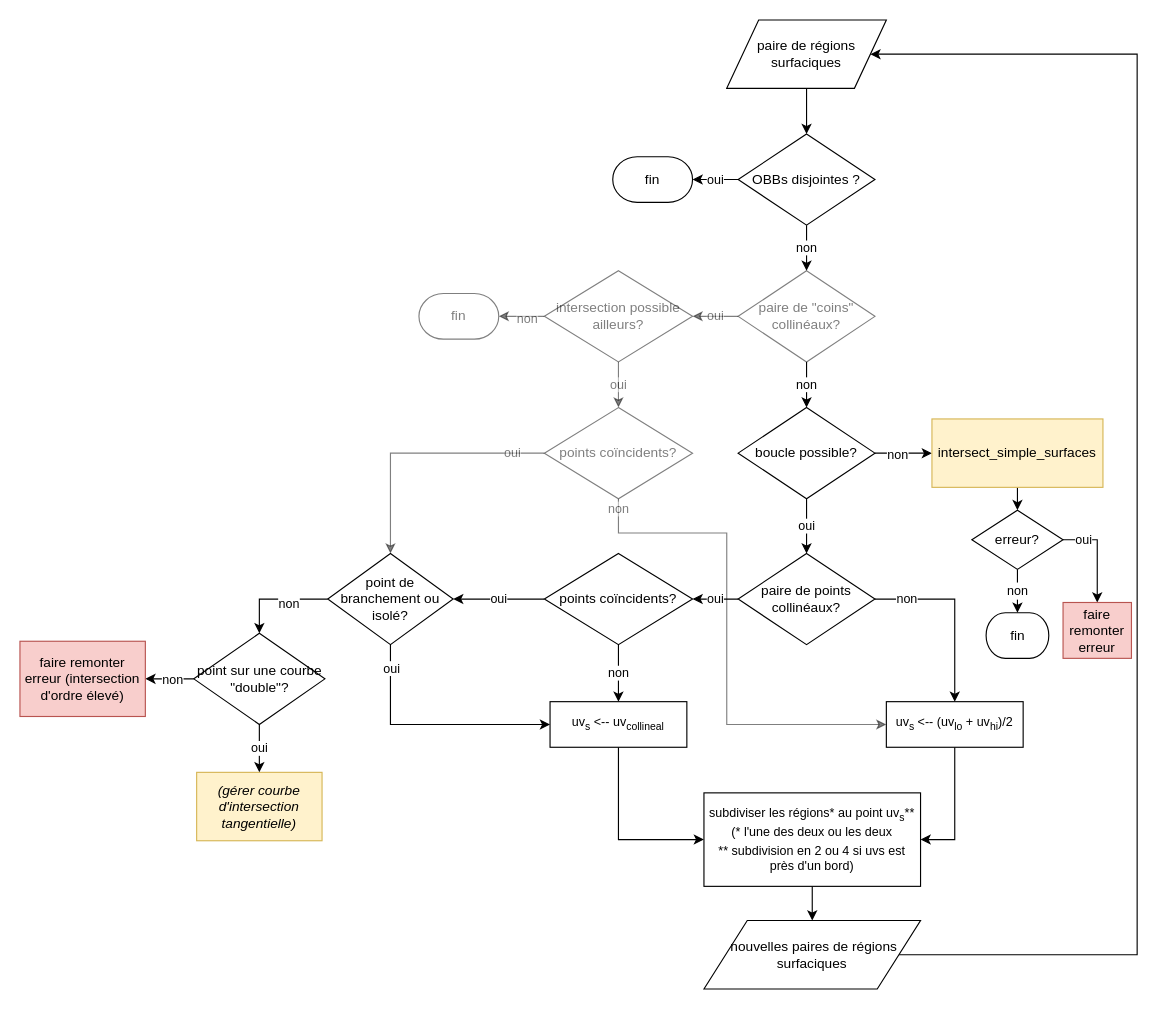
This is page "intersect_surface_pair" (5 of 8) of mindmap.drawio from BastienAndrieu/These, a draw.io file, before an edit. Source tidied: cells renumbered, new cells numbered last; positions are measured from the earlier drawing's top-left corner, leaving out a move shared by most shapes. Both pictures are drawn from the tidied source at 114%, with x=0, y=0 at pixel (19, 19).
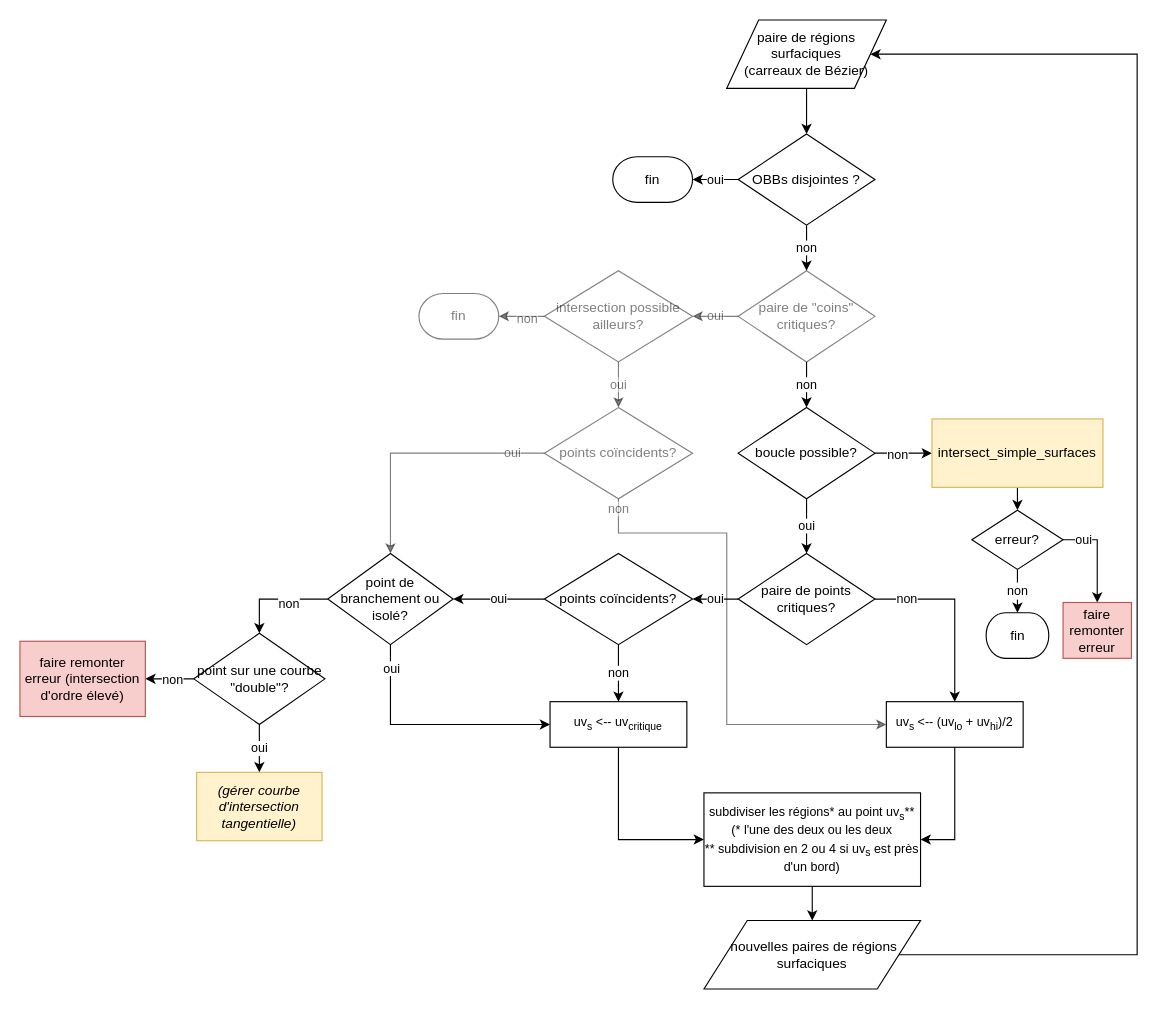
The same diagram, later.

The edit, as a diff of the source:
```diff
@@
-    <mxCell id="3" value="paire de régions surfaciques" style="shape=parallelogram;perimeter=parallelogramPerimeter;whiteSpace=wrap;html=1;align=center;" parent="1" vertex="1">
+    <mxCell id="3" value="paire de régions surfaciques &lt;br&gt;(carreaux de Bézier)" style="shape=parallelogram;perimeter=parallelogramPerimeter;whiteSpace=wrap;html=1;align=center;" parent="1" vertex="1">
       <mxGeometry x="620" width="140" height="60" as="geometry" />
     </mxCell>
@@
-    <mxCell id="10" value="paire de &quot;coins&quot; collinéaux?" style="rhombus;whiteSpace=wrap;html=1;align=center;opacity=50;textOpacity=50;" parent="1" vertex="1">
+    <mxCell id="10" value="paire de &quot;coins&quot; critiques?" style="rhombus;whiteSpace=wrap;html=1;align=center;opacity=50;textOpacity=50;" parent="1" vertex="1">
       <mxGeometry x="630" y="220" width="120" height="80" as="geometry" />
     </mxCell>
@@
-    <mxCell id="22" value="paire de points collinéaux?" style="rhombus;whiteSpace=wrap;html=1;align=center;" parent="1" vertex="1">
+    <mxCell id="22" value="paire de points critiques?" style="rhombus;whiteSpace=wrap;html=1;align=center;" parent="1" vertex="1">
       <mxGeometry x="630" y="468" width="120" height="80" as="geometry" />
     </mxCell>
@@
-    <mxCell id="26" value="uv&lt;sub&gt;s&lt;/sub&gt; &amp;lt;-- uv&lt;sub&gt;collineal&lt;/sub&gt;" style="rounded=0;whiteSpace=wrap;html=1;strokeWidth=1;fontSize=11;align=center;" parent="1" vertex="1">
+    <mxCell id="26" value="uv&lt;sub&gt;s&lt;/sub&gt; &amp;lt;-- uv&lt;sub&gt;critique&lt;/sub&gt;" style="rounded=0;whiteSpace=wrap;html=1;strokeWidth=1;fontSize=11;align=center;" parent="1" vertex="1">
       <mxGeometry x="465" y="598" width="120" height="40" as="geometry" />
     </mxCell>
@@
-    <mxCell id="29" value="subdiviser les régions* au point uv&lt;sub&gt;s&lt;/sub&gt;**&lt;br&gt;&lt;sub&gt;&lt;/sub&gt;(* l'une des deux ou les deux&lt;br&gt;** subdivision en 2 ou 4 si uvs est près d'un bord)" style="rounded=0;whiteSpace=wrap;html=1;strokeWidth=1;fontSize=11;align=center;" parent="1" vertex="1">
+    <mxCell id="29" value="subdiviser les régions* au point uv&lt;sub&gt;s&lt;/sub&gt;**&lt;br&gt;&lt;sub&gt;&lt;/sub&gt;(* l'une des deux ou les deux&lt;br&gt;** subdivision en 2 ou 4 si uv&lt;sub&gt;s&lt;/sub&gt; est près d'un bord)" style="rounded=0;whiteSpace=wrap;html=1;strokeWidth=1;fontSize=11;align=center;" parent="1" vertex="1">
       <mxGeometry x="600" y="678" width="190" height="82" as="geometry" />
     </mxCell>
```
